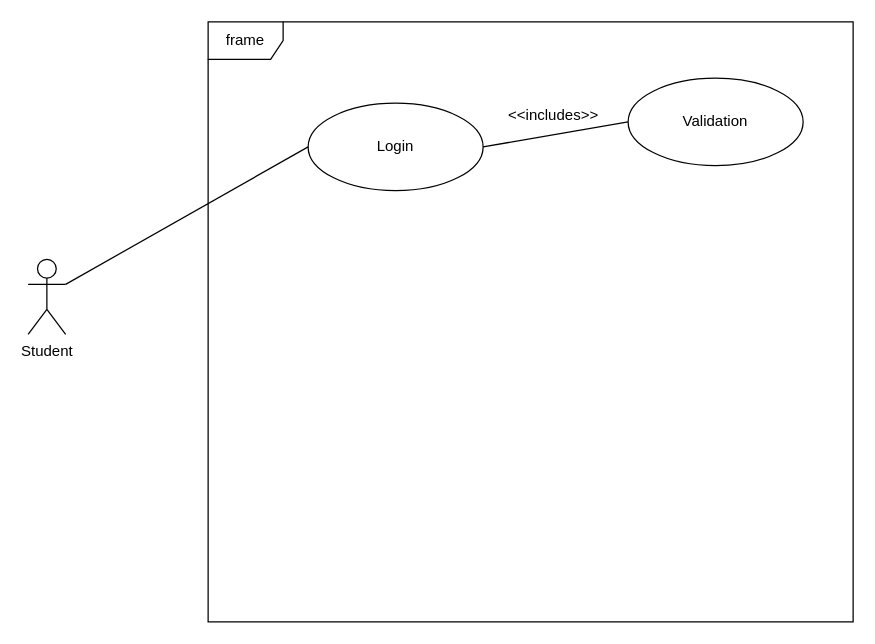
Before: StudentUseCase.drawio in SETHU60/cput_accomodation_application, a draw.io diagram. Source tidied: cells renumbered, new cells numbered last; positions are measured from the earlier drawing's top-left corner, leaving out a move shared by most shapes. Both pictures are drawn from the tidied source at 125%, with x=0, y=0 at pixel (28, 21).
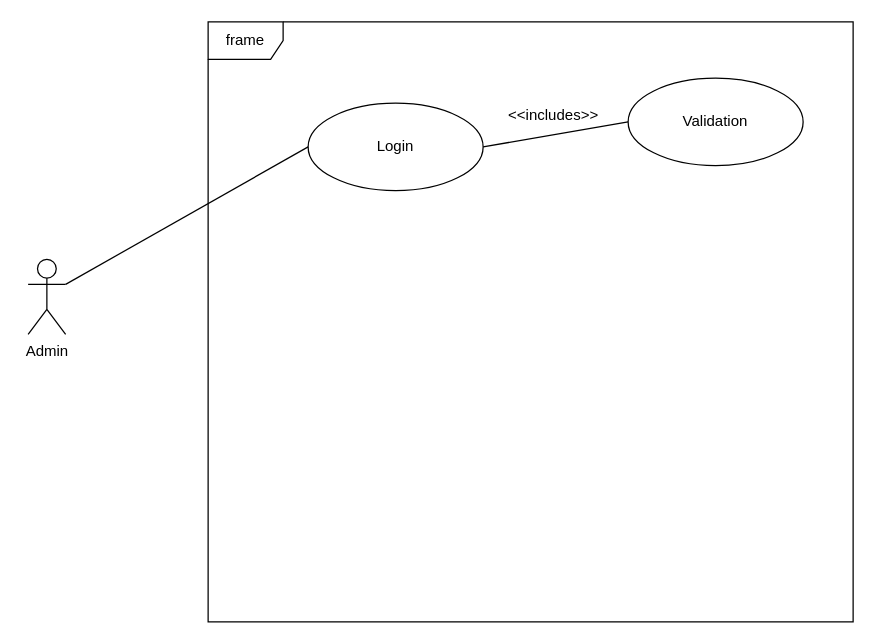
The same diagram, later.

What changed in the source:
```diff
@@
 <mxGraphModel>
   <root>
     <mxCell id="0" />
     <mxCell id="1" parent="0" />
-    <mxCell id="2" value="Student" style="shape=umlActor;verticalLabelPosition=bottom;verticalAlign=top;html=1;" parent="1" vertex="1">
+    <mxCell id="2" value="Admin" style="shape=umlActor;verticalLabelPosition=bottom;verticalAlign=top;html=1;" parent="1" vertex="1">
       <mxGeometry y="190" width="30" height="60" as="geometry" />
     </mxCell>
     <mxCell id="3" value="frame" style="shape=umlFrame;whiteSpace=wrap;html=1;" parent="1" vertex="1">
       <mxGeometry x="144" width="516" height="480" as="geometry" />
     </mxCell>
     <mxCell id="4" style="rounded=0;jettySize=auto;html=1;exitX=1;exitY=0.5;exitDx=0;exitDy=0;entryX=0;entryY=0.5;entryDx=0;entryDy=0;endArrow=none;endFill=0;" parent="1" edge="1" source="5" target="7">
       <mxGeometry relative="1" as="geometry" />
     </mxCell>
     <mxCell id="5" value="Login" style="ellipse;whiteSpace=wrap;html=1;" parent="1" vertex="1">
       <mxGeometry x="224" y="65" width="140" height="70" as="geometry" />
     </mxCell>
     <mxCell id="6" style="rounded=0;jettySize=auto;html=1;exitX=1;exitY=0.3333333333333333;exitDx=0;exitDy=0;exitPerimeter=0;entryX=0;entryY=0.5;entryDx=0;entryDy=0;endArrow=none;endFill=0;" parent="1" edge="1" source="2" target="5">
       <mxGeometry relative="1" as="geometry" />
     </mxCell>
     <mxCell id="7" value="Validation" style="ellipse;whiteSpace=wrap;html=1;" parent="1" vertex="1">
       <mxGeometry x="480" y="45" width="140" height="70" as="geometry" />
     </mxCell>
     <mxCell id="8" value="&amp;lt;&amp;lt;includes&amp;gt;&amp;gt;" style="text;html=1;align=center;verticalAlign=middle;strokeColor=none;fillColor=none;rotation=0;" parent="1" vertex="1">
       <mxGeometry x="370" y="60" width="100" height="30" as="geometry" />
     </mxCell>
   </root>
 </mxGraphModel>
```
